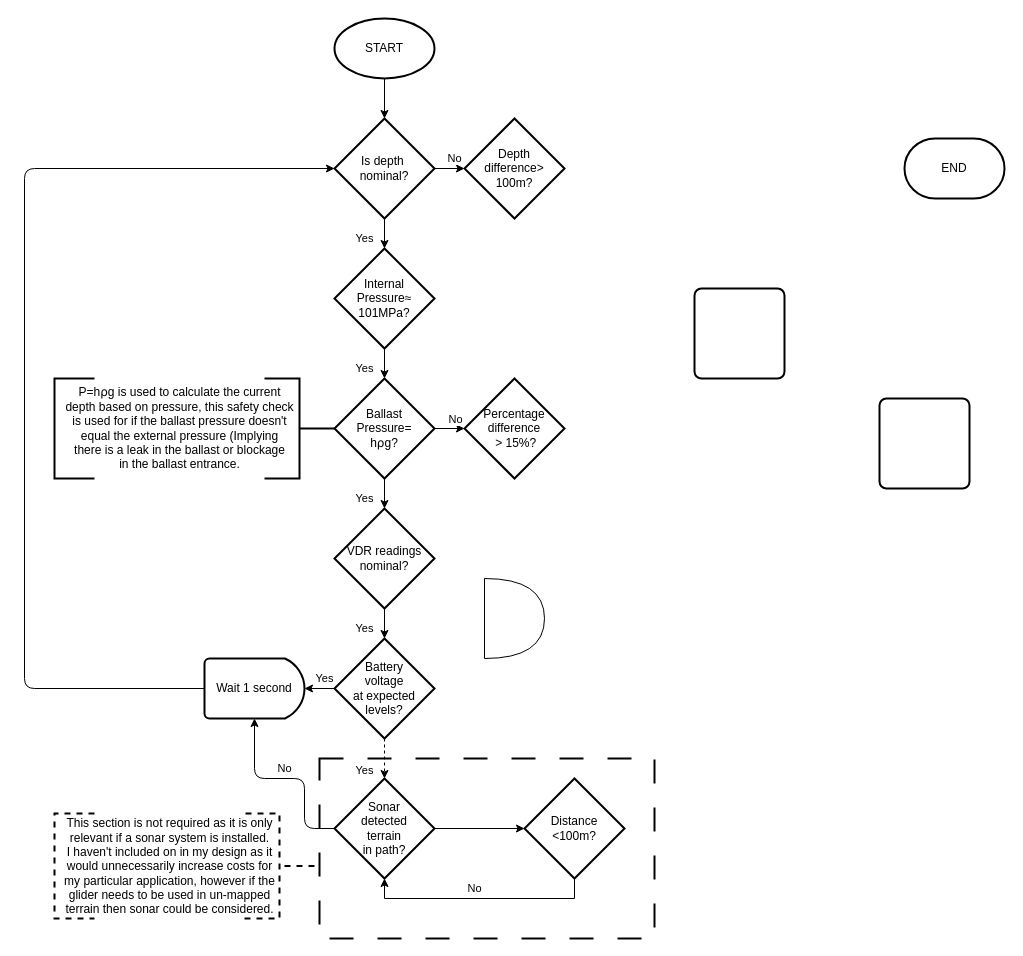
Above: Safety Checks.drawio in Schlubs/UnGlider-EPQ (draw.io), before the change. Source tidied: cells renumbered, new cells numbered last; positions are measured from the earlier drawing's top-left corner, leaving out a move shared by most shapes. Both pictures are drawn from the tidied source at 100%, with x=0, y=0 at pixel (24, 18).
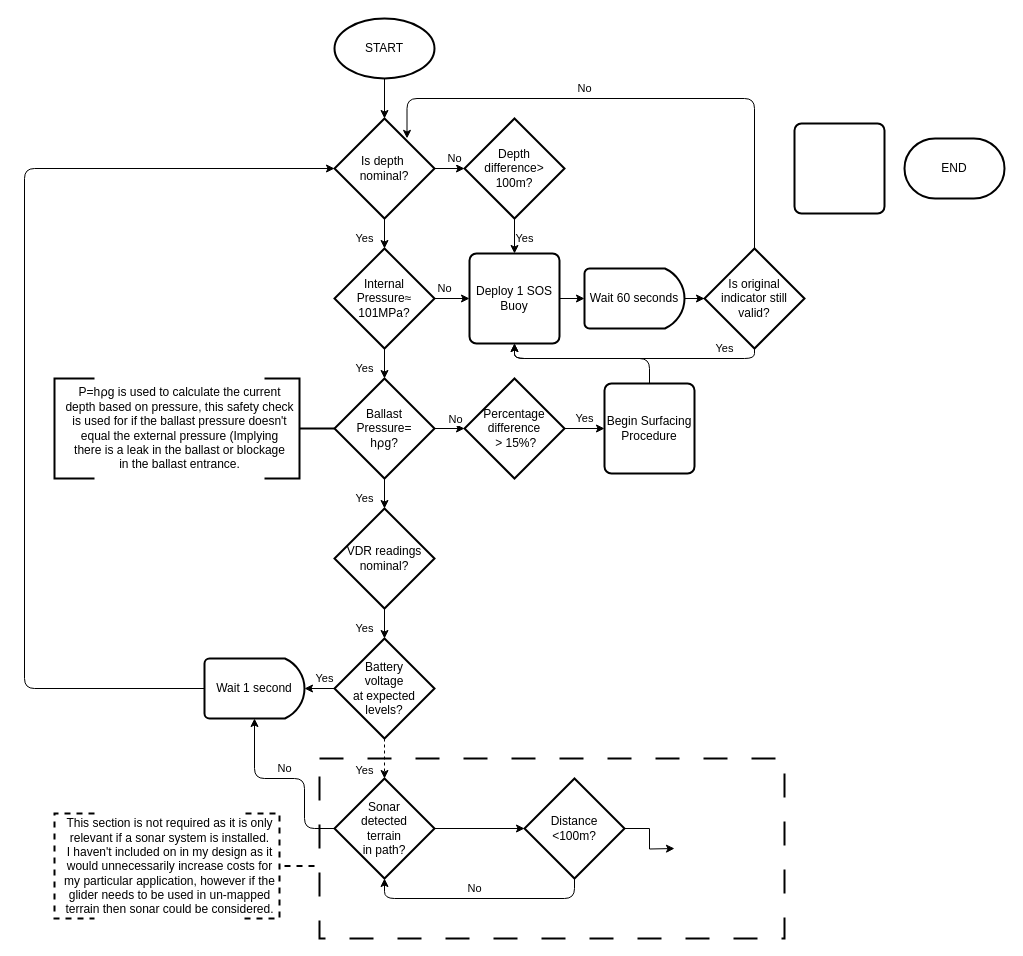
The same diagram, later.

Unchanged cells that the change refers to:
```xml
<mxCell id="8" value="Is depth&amp;nbsp; nominal?" style="strokeWidth=2;html=1;shape=mxgraph.flowchart.decision;whiteSpace=wrap;strokeOpacity=100;fillOpacity=100;labelBackgroundColor=none;" parent="1" vertex="1">
  <mxGeometry x="310" y="100" width="100" height="100" as="geometry" />
</mxCell>
<mxCell id="13" value="Internal&lt;br&gt;Pressure≈&lt;br&gt;101MPa?" style="strokeWidth=2;html=1;shape=mxgraph.flowchart.decision;whiteSpace=wrap;strokeOpacity=100;fillOpacity=100;labelBackgroundColor=none;" parent="1" vertex="1">
  <mxGeometry x="310" y="230" width="100" height="100" as="geometry" />
</mxCell>
<mxCell id="27" value="Sonar &lt;br&gt;detected&lt;br&gt;terrain &lt;br&gt;in path?" style="strokeWidth=2;html=1;shape=mxgraph.flowchart.decision;whiteSpace=wrap;strokeOpacity=100;fillOpacity=100;labelBackgroundColor=none;" parent="1" vertex="1">
  <mxGeometry x="310" y="760" width="100" height="100" as="geometry" />
</mxCell>
<mxCell id="31" value="Depth &lt;br&gt;difference&amp;gt; 100m?" style="strokeWidth=2;html=1;shape=mxgraph.flowchart.decision;whiteSpace=wrap;strokeOpacity=100;fillOpacity=100;labelBackgroundColor=none;" parent="1" vertex="1">
  <mxGeometry x="440" y="100" width="100" height="100" as="geometry" />
</mxCell>
<mxCell id="34" value="Percentage difference&lt;br&gt;&amp;nbsp;&amp;gt; 15%?" style="strokeWidth=2;html=1;shape=mxgraph.flowchart.decision;whiteSpace=wrap;strokeOpacity=100;fillOpacity=100;labelBackgroundColor=none;" parent="1" vertex="1">
  <mxGeometry x="440" y="360" width="100" height="100" as="geometry" />
</mxCell>
<mxCell id="35" value="Distance &lt;br&gt;&amp;lt;100m?" style="strokeWidth=2;html=1;shape=mxgraph.flowchart.decision;whiteSpace=wrap;strokeOpacity=100;fillOpacity=100;labelBackgroundColor=none;" parent="1" vertex="1">
  <mxGeometry x="500" y="760" width="100" height="100" as="geometry" />
</mxCell>
```

What changed in the source:
```diff
@@
     <mxCell id="2" style="whiteSpace=wrap;html=1;fillOpacity=0;dashed=1;dashPattern=12 12;strokeWidth=2;" parent="1" vertex="1">
-      <mxGeometry x="295" y="740" width="335" height="180" as="geometry" />
+      <mxGeometry x="295" y="740" width="465" height="180" as="geometry" />
     </mxCell>
@@
+    <mxCell id="38" style="edgeStyle=orthogonalEdgeStyle;rounded=1;jettySize=auto;html=1;entryX=0.5;entryY=1;entryDx=0;entryDy=0;curved=0;" parent="1" edge="1" source="9" target="44">
+      <mxGeometry relative="1" as="geometry">
+        <Array as="points">
+          <mxPoint x="625" y="340" />
+          <mxPoint x="490" y="340" />
+        </Array>
+      </mxGeometry>
+    </mxCell>
-    <mxCell id="9" style="rounded=1;whiteSpace=wrap;html=1;absoluteArcSize=1;arcSize=14;strokeWidth=2;rotation=0;strokeOpacity=100;fillOpacity=100;labelBackgroundColor=none;" parent="1" vertex="1">
-      <mxGeometry x="855" y="380" width="90" height="90" as="geometry" />
+    <mxCell id="9" value="Begin Surfacing Procedure" style="rounded=1;whiteSpace=wrap;html=1;absoluteArcSize=1;arcSize=14;strokeWidth=2;rotation=0;strokeOpacity=100;fillOpacity=100;labelBackgroundColor=none;" parent="1" vertex="1">
+      <mxGeometry x="580" y="365" width="90" height="90" as="geometry" />
     </mxCell>
     <mxCell id="10" style="rounded=1;whiteSpace=wrap;html=1;absoluteArcSize=1;arcSize=14;strokeWidth=2;rotation=0;strokeOpacity=100;fillOpacity=100;labelBackgroundColor=none;" parent="1" vertex="1">
-      <mxGeometry x="670" y="270" width="90" height="90" as="geometry" />
+      <mxGeometry x="770" y="105" width="90" height="90" as="geometry" />
     </mxCell>
@@
+    <mxCell id="39" value="No" style="edgeStyle=orthogonalEdgeStyle;rounded=0;jettySize=auto;html=1;" parent="1" edge="1" source="13" target="44">
+      <mxGeometry x="-0.56" y="10" relative="1" as="geometry" />
+    </mxCell>
@@
+    <mxCell id="40" value="Yes" style="edgeStyle=orthogonalEdgeStyle;rounded=0;jettySize=auto;html=1;" parent="1" edge="1" source="31" target="44">
+      <mxGeometry x="-0.11" y="-10" relative="1" as="geometry" />
+    </mxCell>
@@
+    <mxCell id="41" value="Yes" style="edgeStyle=orthogonalEdgeStyle;rounded=0;jettySize=auto;html=1;" parent="1" edge="1" source="34" target="9">
+      <mxGeometry y="10" relative="1" as="geometry" />
+    </mxCell>
@@
-    <mxCell id="36" value="No" style="edgeStyle=orthogonalEdgeStyle;rounded=0;jettySize=auto;html=1;entryX=0.5;entryY=1;entryDx=0;entryDy=0;entryPerimeter=0;exitX=0.5;exitY=1;exitDx=0;exitDy=0;exitPerimeter=0;" parent="1" edge="1" source="35" target="27">
+    <mxCell id="36" value="No" style="edgeStyle=orthogonalEdgeStyle;rounded=1;jettySize=auto;html=1;entryX=0.5;entryY=1;entryDx=0;entryDy=0;entryPerimeter=0;exitX=0.5;exitY=1;exitDx=0;exitDy=0;exitPerimeter=0;curved=0;" parent="1" edge="1" source="35" target="27">
       <mxGeometry x="0.04" y="-10" relative="1" as="geometry" />
     </mxCell>
-    <mxCell id="37" style="shape=or;whiteSpace=wrap;html=1;" parent="1" vertex="1">
-      <mxGeometry x="460" y="560" width="60" height="80" as="geometry" />
-    </mxCell>
+    <mxCell id="42" style="edgeStyle=orthogonalEdgeStyle;rounded=0;jettySize=auto;html=1;entryX=0;entryY=0.75;entryDx=0;entryDy=0;entryPerimeter=0;" parent="1" edge="1" source="35">
+      <mxGeometry relative="1" as="geometry">
+        <mxPoint x="650" y="830" as="targetPoint" />
+      </mxGeometry>
+    </mxCell>
+    <mxCell id="43" style="edgeStyle=orthogonalEdgeStyle;rounded=0;jettySize=auto;html=1;" parent="1" edge="1" source="44" target="46">
+      <mxGeometry relative="1" as="geometry" />
+    </mxCell>
+    <mxCell id="44" value="Deploy 1 SOS Buoy" style="rounded=1;whiteSpace=wrap;html=1;absoluteArcSize=1;arcSize=14;strokeWidth=2;rotation=0;strokeOpacity=100;fillOpacity=100;labelBackgroundColor=none;" parent="1" vertex="1">
+      <mxGeometry x="445" y="235" width="90" height="90" as="geometry" />
+    </mxCell>
+    <mxCell id="45" style="edgeStyle=orthogonalEdgeStyle;rounded=0;jettySize=auto;html=1;" parent="1" edge="1" source="46" target="49">
+      <mxGeometry relative="1" as="geometry" />
+    </mxCell>
+    <mxCell id="46" value="Wait 60 seconds" style="strokeWidth=2;html=1;shape=mxgraph.flowchart.delay;whiteSpace=wrap;" parent="1" vertex="1">
+      <mxGeometry x="560" y="250" width="100" height="60" as="geometry" />
+    </mxCell>
+    <mxCell id="47" value="Yes" style="edgeStyle=orthogonalEdgeStyle;rounded=1;jettySize=auto;html=1;entryX=0.5;entryY=1;entryDx=0;entryDy=0;curved=0;" parent="1" edge="1" source="49" target="44">
+      <mxGeometry x="-0.7" y="-10" relative="1" as="geometry">
+        <Array as="points">
+          <mxPoint x="730" y="340" />
+          <mxPoint x="490" y="340" />
+        </Array>
+      </mxGeometry>
+    </mxCell>
+    <mxCell id="48" value="No" style="edgeStyle=orthogonalEdgeStyle;rounded=1;jettySize=auto;html=1;entryX=0.725;entryY=0.199;entryDx=0;entryDy=0;entryPerimeter=0;curved=0;" parent="1" edge="1" source="49" target="8">
+      <mxGeometry x="0.19" y="-10" relative="1" as="geometry">
+        <Array as="points">
+          <mxPoint x="730" y="80" />
+          <mxPoint x="383" y="80" />
+        </Array>
+      </mxGeometry>
+    </mxCell>
+    <mxCell id="49" value="Is original indicator still valid?" style="strokeWidth=2;html=1;shape=mxgraph.flowchart.decision;whiteSpace=wrap;strokeOpacity=100;fillOpacity=100;labelBackgroundColor=none;" parent="1" vertex="1">
+      <mxGeometry x="680" y="230" width="100" height="100" as="geometry" />
+    </mxCell>
```
